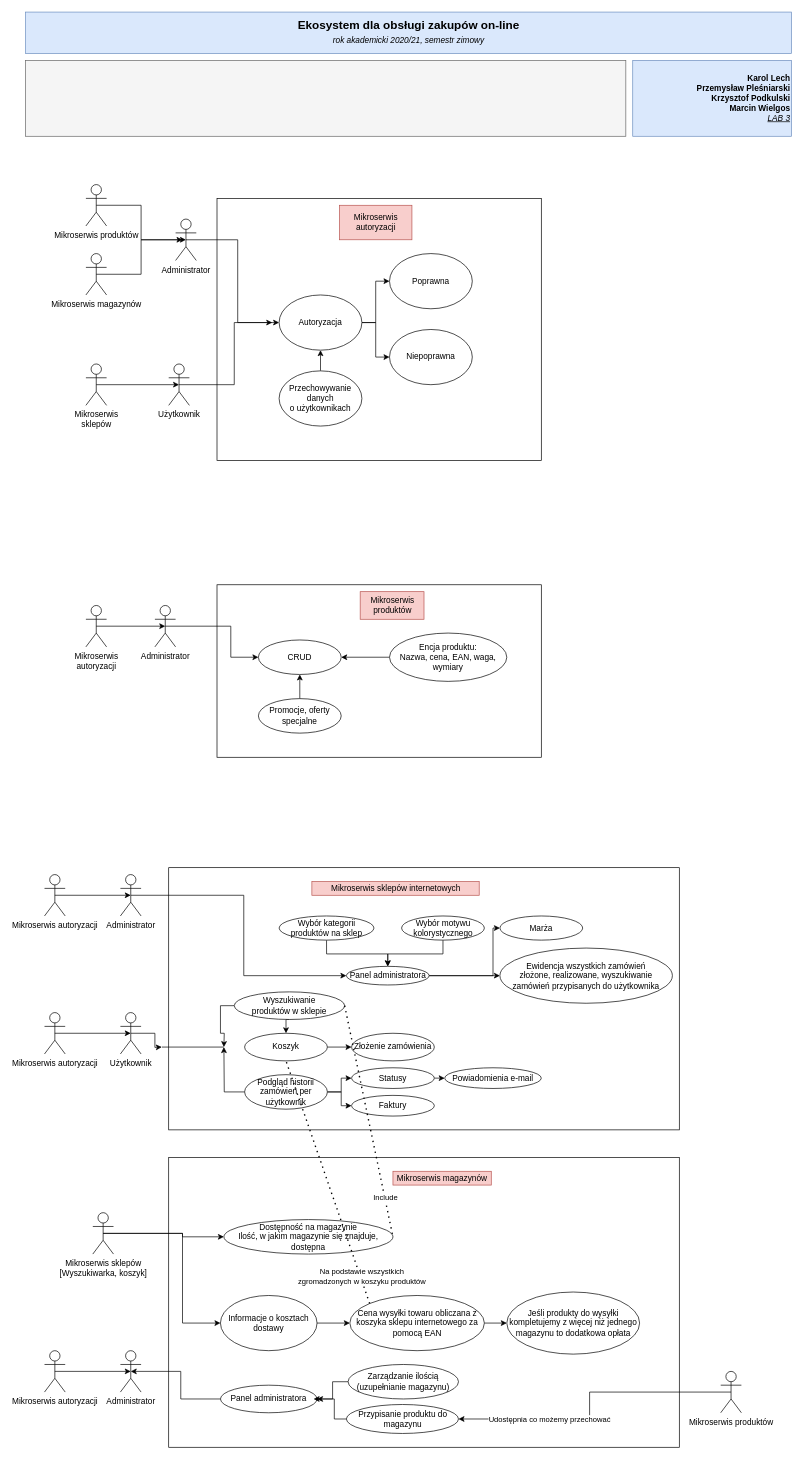
Before: diagram_proseminarium_nowy.drawio in mwvabes/proseminarium-Wielgos-Lech-Plesniarski-Podkulski, a draw.io diagram. Source tidied: cells renumbered, new cells numbered last; positions are measured from the earlier drawing's top-left corner, leaving out a move shared by most shapes. Both pictures are drawn from the tidied source at 69%, with x=0, y=0 at pixel (25, 12).
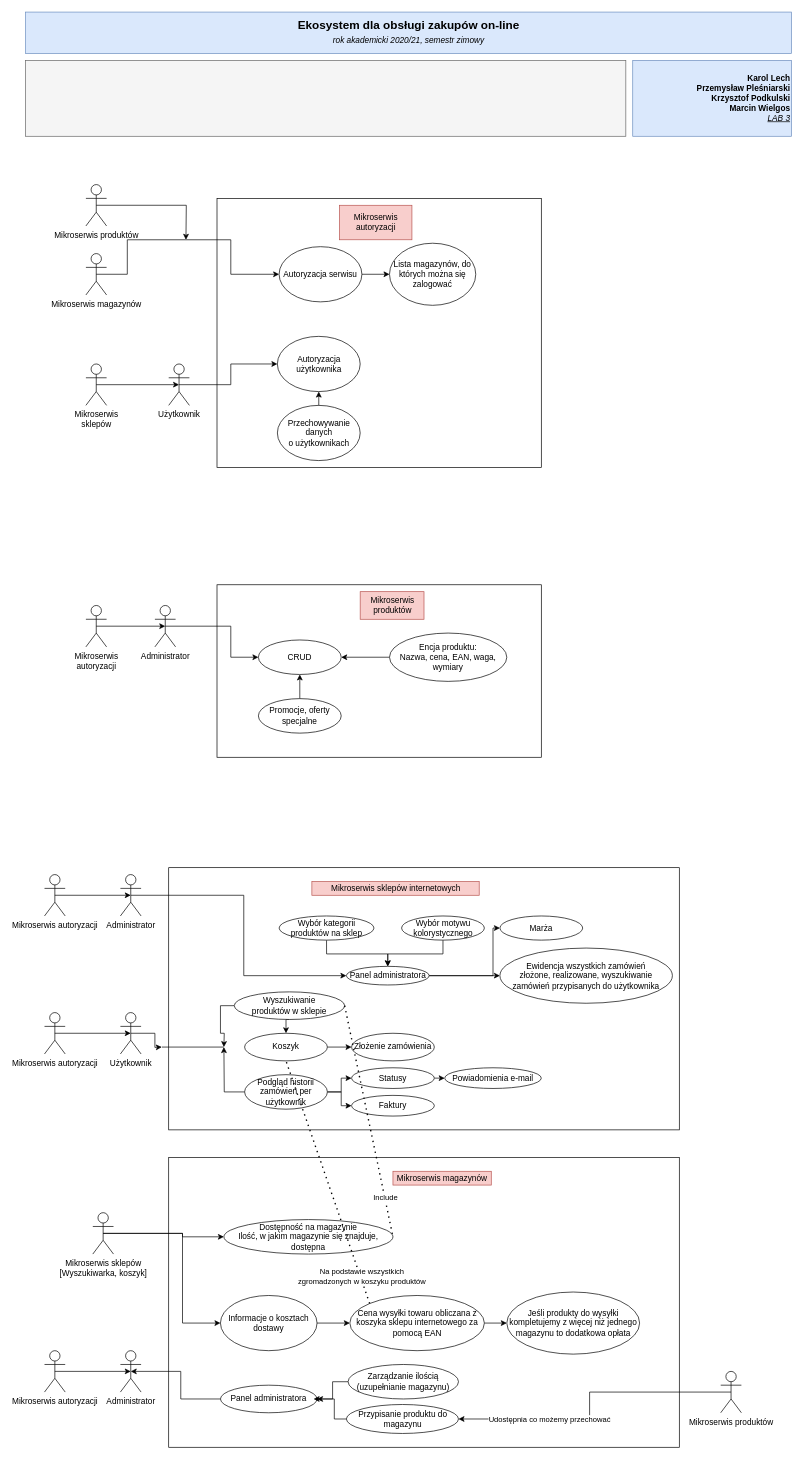
The same diagram, later.

Unchanged cells that the change refers to:
```xml
<mxCell id="8" value="Użytkownik" style="shape=umlActor;verticalLabelPosition=bottom;verticalAlign=top;html=1;outlineConnect=0;" parent="1" vertex="1">
  <mxGeometry x="208" y="510" width="30" height="60" as="geometry" />
</mxCell>
<mxCell id="20" value="Mikroserwis produktów" style="shape=umlActor;verticalLabelPosition=bottom;verticalAlign=top;html=1;outlineConnect=0;" parent="1" vertex="1">
  <mxGeometry x="88" y="250" width="30" height="60" as="geometry" />
</mxCell>
<mxCell id="22" value="Mikroserwis magazynów" style="shape=umlActor;verticalLabelPosition=bottom;verticalAlign=top;html=1;outlineConnect=0;" parent="1" vertex="1">
  <mxGeometry x="88" y="350" width="30" height="60" as="geometry" />
</mxCell>
```

Change to the diagram source:
```diff
@@
     <mxCell id="6" style="rounded=0;whiteSpace=wrap;html=1;" parent="1" vertex="1">
-      <mxGeometry x="278" y="270" width="470" height="380" as="geometry" />
+      <mxGeometry x="278" y="270" width="470" height="390" as="geometry" />
     </mxCell>
-    <mxCell id="7" style="edgeStyle=orthogonalEdgeStyle;rounded=0;jettySize=auto;html=1;exitX=0.5;exitY=0.5;exitDx=0;exitDy=0;exitPerimeter=0;entryX=0;entryY=0.5;entryDx=0;entryDy=0;" parent="1" edge="1" source="8" target="16">
-      <mxGeometry relative="1" as="geometry" />
+    <mxCell id="7" style="edgeStyle=orthogonalEdgeStyle;rounded=0;jettySize=auto;html=1;exitX=0.5;exitY=0.5;exitDx=0;exitDy=0;exitPerimeter=0;entryX=0;entryY=0.5;entryDx=0;entryDy=0;" parent="1" edge="1" source="8" target="96">
+      <mxGeometry relative="1" as="geometry">
+        <Array as="points">
+          <mxPoint x="298" y="540" />
+          <mxPoint x="298" y="510" />
+        </Array>
+      </mxGeometry>
     </mxCell>
@@
-    <mxCell id="9" style="edgeStyle=orthogonalEdgeStyle;rounded=0;jettySize=auto;html=1;exitX=0.5;exitY=0.5;exitDx=0;exitDy=0;exitPerimeter=0;" parent="1" edge="1" source="10">
+    <mxCell id="9" style="edgeStyle=orthogonalEdgeStyle;rounded=0;jettySize=auto;html=1;entryX=0;entryY=0.5;entryDx=0;entryDy=0;exitX=0.5;exitY=0.5;exitDx=0;exitDy=0;exitPerimeter=0;" parent="1" edge="1" source="22" target="16">
       <mxGeometry relative="1" as="geometry">
-        <mxPoint x="358" y="450" as="targetPoint" />
         <Array as="points">
-          <mxPoint x="308" y="330" />
-          <mxPoint x="308" y="450" />
+          <mxPoint x="148" y="380" />
+          <mxPoint x="148" y="330" />
+          <mxPoint x="298" y="330" />
+          <mxPoint x="298" y="380" />
+          <mxPoint x="368" y="380" />
         </Array>
       </mxGeometry>
     </mxCell>
-    <mxCell id="10" value="Administrator" style="shape=umlActor;verticalLabelPosition=bottom;verticalAlign=top;html=1;outlineConnect=0;" parent="1" vertex="1">
-      <mxGeometry x="218" y="300" width="30" height="60" as="geometry" />
-    </mxCell>
@@
-    <mxCell id="15" style="edgeStyle=orthogonalEdgeStyle;rounded=0;jettySize=auto;html=1;exitX=1;exitY=0.5;exitDx=0;exitDy=0;" parent="1" edge="1" source="16" target="18">
-      <mxGeometry relative="1" as="geometry" />
-    </mxCell>
-    <mxCell id="16" value="Autoryzacja" style="ellipse;whiteSpace=wrap;html=1;" parent="1" vertex="1">
-      <mxGeometry x="368" y="410" width="120" height="80" as="geometry" />
+    <mxCell id="16" value="Autoryzacja serwisu" style="ellipse;whiteSpace=wrap;html=1;" parent="1" vertex="1">
+      <mxGeometry x="368" y="340" width="120" height="80" as="geometry" />
     </mxCell>
-    <mxCell id="17" value="Poprawna" style="ellipse;whiteSpace=wrap;html=1;" parent="1" vertex="1">
-      <mxGeometry x="528" y="350" width="120" height="80" as="geometry" />
+    <mxCell id="17" value="Lista magazynów, do których można się zalogować" style="ellipse;whiteSpace=wrap;html=1;" parent="1" vertex="1">
+      <mxGeometry x="528" y="335" width="125" height="90" as="geometry" />
     </mxCell>
-    <mxCell id="18" value="Niepoprawna" style="ellipse;whiteSpace=wrap;html=1;" parent="1" vertex="1">
-      <mxGeometry x="528" y="460" width="120" height="80" as="geometry" />
-    </mxCell>
-    <mxCell id="19" style="edgeStyle=orthogonalEdgeStyle;rounded=0;jettySize=auto;html=1;exitX=0.5;exitY=0.5;exitDx=0;exitDy=0;exitPerimeter=0;entryX=0.5;entryY=0.5;entryDx=0;entryDy=0;entryPerimeter=0;" parent="1" edge="1" source="20" target="10">
-      <mxGeometry relative="1" as="geometry" />
+    <mxCell id="19" style="edgeStyle=orthogonalEdgeStyle;rounded=0;jettySize=auto;html=1;exitX=0.5;exitY=0.5;exitDx=0;exitDy=0;exitPerimeter=0;entryX=0.5;entryY=0.5;entryDx=0;entryDy=0;entryPerimeter=0;" parent="1" edge="1" source="20">
+      <mxGeometry relative="1" as="geometry">
+        <mxPoint x="233" y="330" as="targetPoint" />
+      </mxGeometry>
     </mxCell>
@@
-    <mxCell id="21" style="edgeStyle=orthogonalEdgeStyle;rounded=0;jettySize=auto;html=1;exitX=0.5;exitY=0.5;exitDx=0;exitDy=0;exitPerimeter=0;" parent="1" edge="1" source="22">
-      <mxGeometry relative="1" as="geometry">
-        <mxPoint x="228" y="330" as="targetPoint" />
-        <Array as="points">
-          <mxPoint x="168" y="380" />
-          <mxPoint x="168" y="330" />
-        </Array>
-      </mxGeometry>
-    </mxCell>
@@
-    <mxCell id="23" style="edgeStyle=orthogonalEdgeStyle;rounded=0;jettySize=auto;html=1;exitX=0.5;exitY=0;exitDx=0;exitDy=0;entryX=0.5;entryY=1;entryDx=0;entryDy=0;" parent="1" edge="1" source="24" target="16">
-      <mxGeometry relative="1" as="geometry" />
-    </mxCell>
     <mxCell id="24" value="Przechowywanie&lt;br&gt;danych&lt;br&gt;o użytkownikach" style="ellipse;whiteSpace=wrap;html=1;" parent="1" vertex="1">
-      <mxGeometry x="368" y="520" width="120" height="80" as="geometry" />
+      <mxGeometry x="365.5" y="570" width="120" height="80" as="geometry" />
     </mxCell>
@@
+    <mxCell id="96" value="Autoryzacja użytkownika" style="ellipse;whiteSpace=wrap;html=1;" parent="1" vertex="1">
+      <mxGeometry x="365.5" y="470" width="120" height="80" as="geometry" />
+    </mxCell>
+    <mxCell id="97" style="edgeStyle=orthogonalEdgeStyle;rounded=0;jettySize=auto;html=1;exitX=0.5;exitY=0;exitDx=0;exitDy=0;entryX=0.5;entryY=1;entryDx=0;entryDy=0;" parent="1" edge="1" source="24" target="96">
+      <mxGeometry relative="1" as="geometry" />
+    </mxCell>
```
